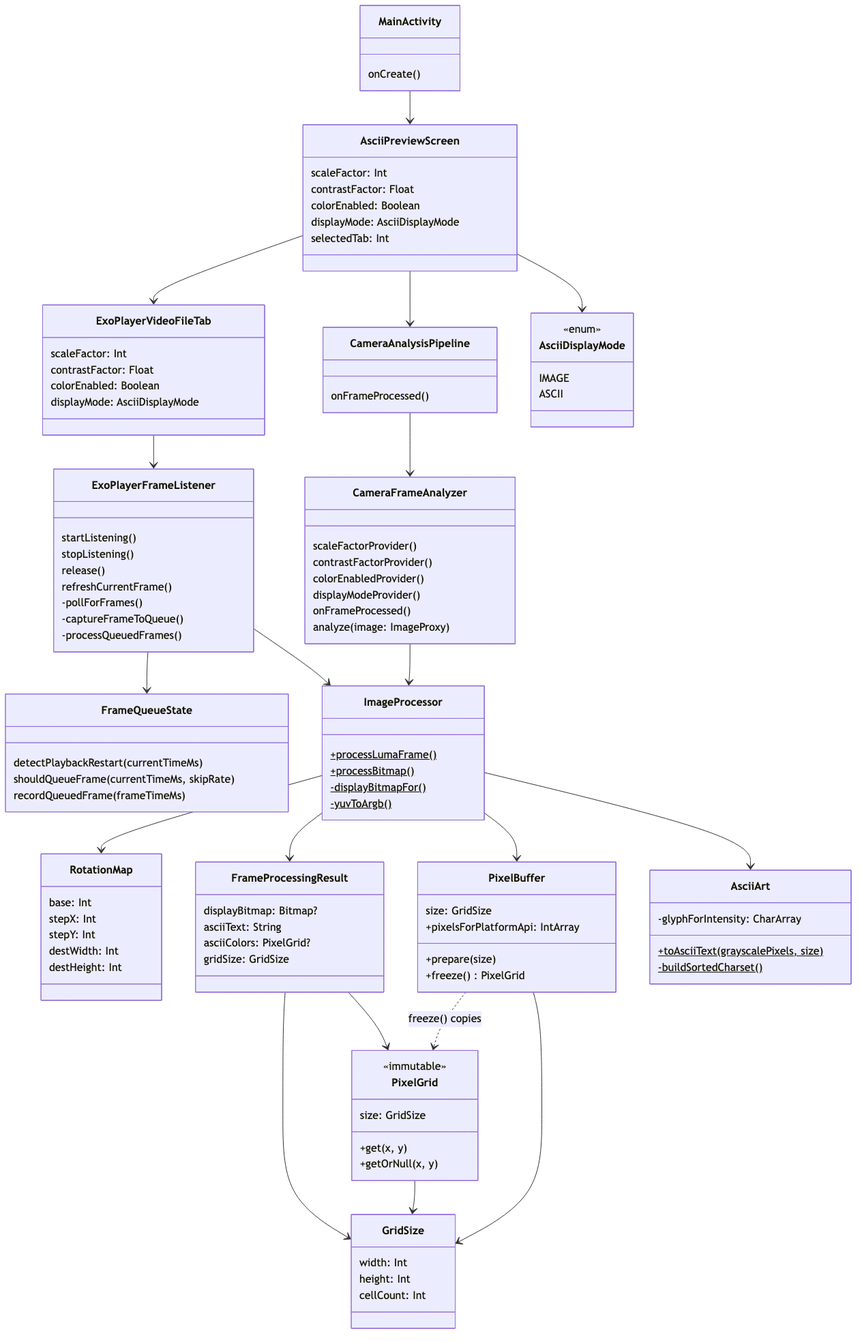
replicant1/AsciiArt keeps this Mermaid diagram as docs/class-diagram.png. Above is the earlier version. Its source is kept beside it as docs/class-diagram.mmd.
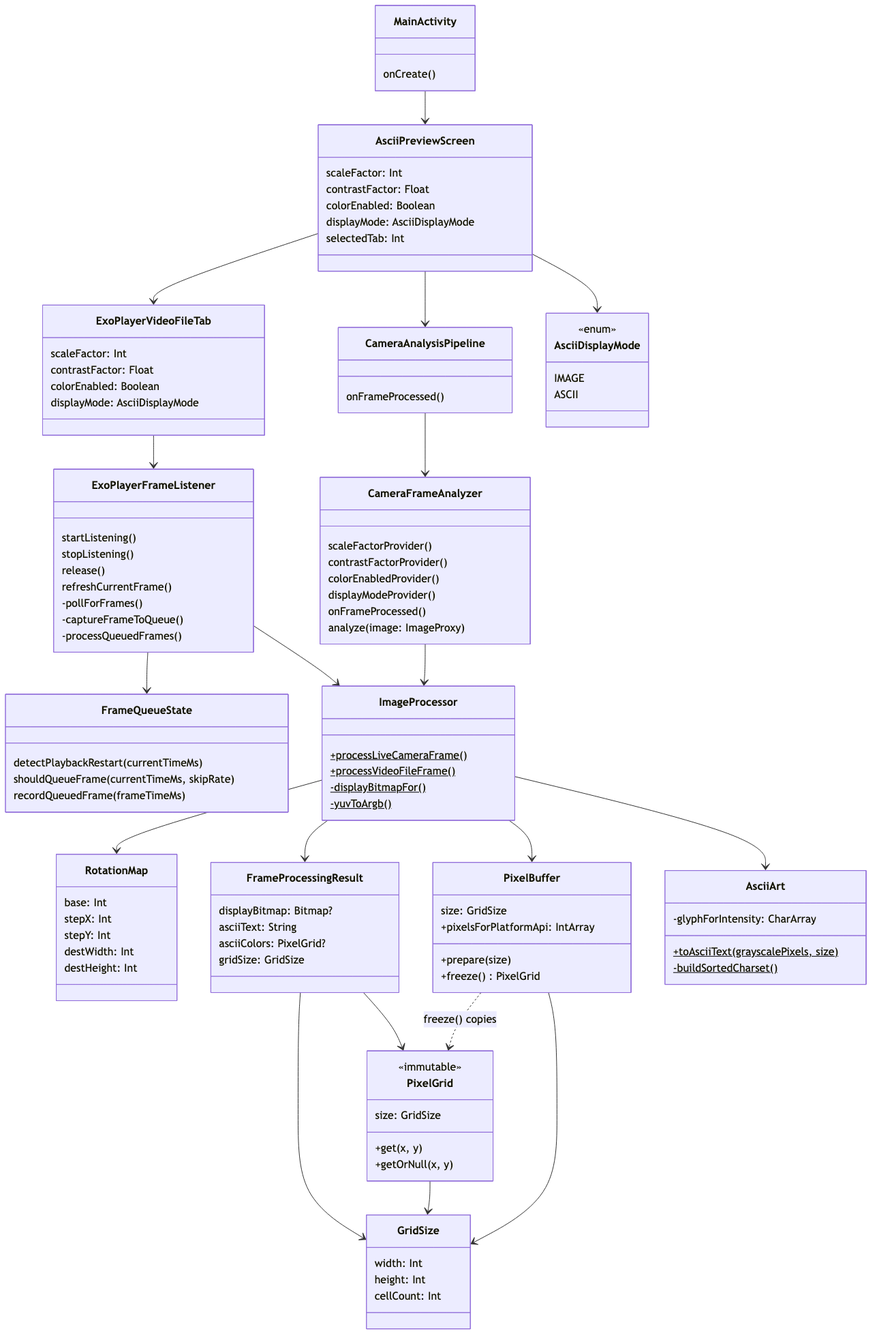
After the change.

What changed in the source:
```diff
@@ -48,8 +48,8 @@
     }
 
     class ImageProcessor {
-        +processLumaFrame()$
-        +processBitmap()$
+        +processLiveCameraFrame()$
+        +processVideoFileFrame()$
         -displayBitmapFor()$
         -yuvToArgb()$
     }
```
